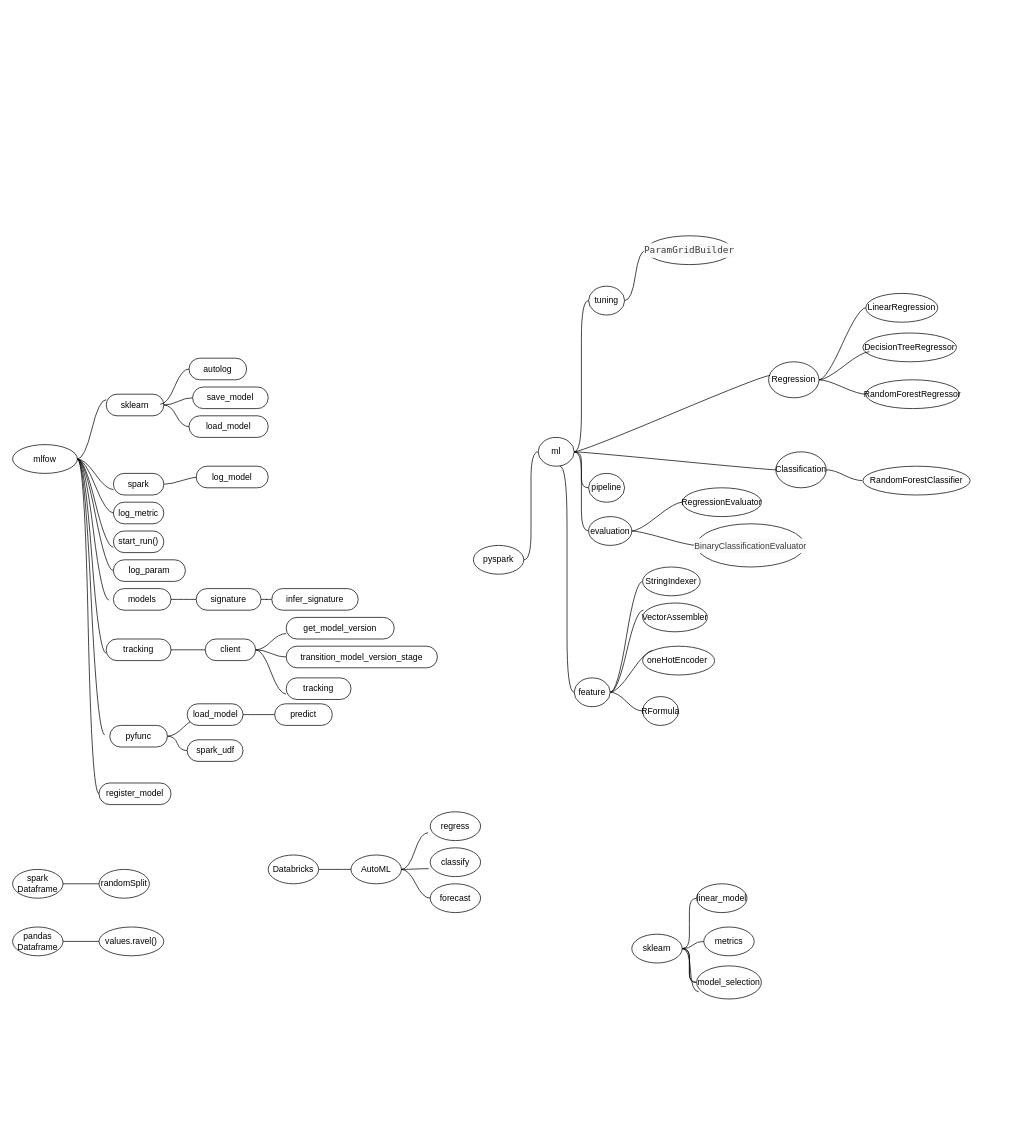
sajinvk/DBRICKS-MLOPS-Associate keeps this draw.io diagram as Libraries.drawio. Above is the earlier version. Source tidied: cells renumbered, new cells numbered last; positions are measured from the earlier drawing's top-left corner, leaving out a move shared by most shapes. Both pictures are drawn from the tidied source at 72%, with x=0, y=0 at pixel (12, 235).
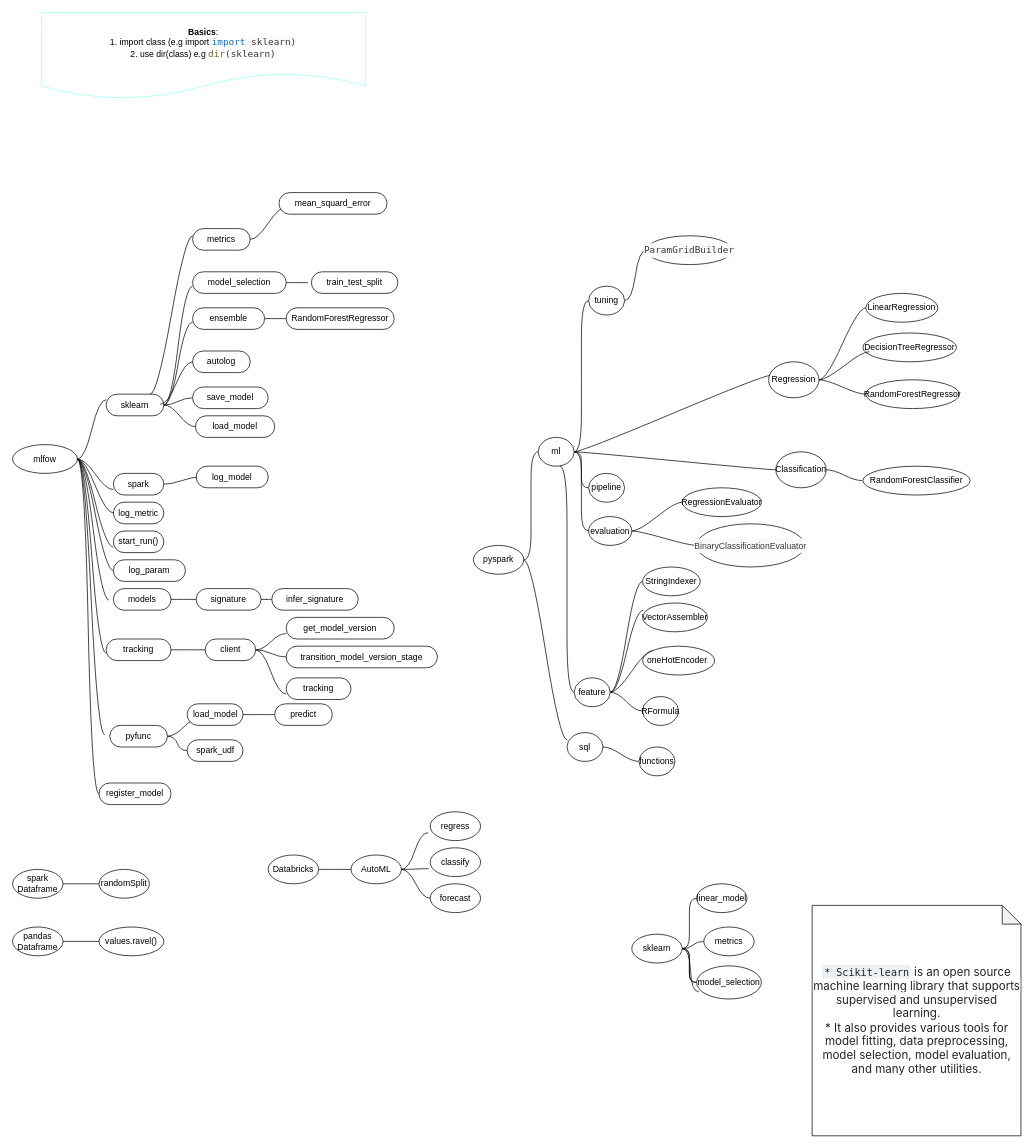
The same page after the edit.

Unchanged cells that the change refers to:
```xml
<mxCell id="11" value="sklearn" style="whiteSpace=wrap;html=1;rounded=1;arcSize=50;align=center;verticalAlign=middle;strokeWidth=1;spacing=4;newEdgeStyle={&quot;edgeStyle&quot;:&quot;entityRelationEdgeStyle&quot;,&quot;startArrow&quot;:&quot;none&quot;,&quot;endArrow&quot;:&quot;none&quot;,&quot;segment&quot;:10,&quot;curved&quot;:1,&quot;sourcePerimeterSpacing&quot;:0,&quot;targetPerimeterSpacing&quot;:0};" parent="1" vertex="1" collapsed="1">
  <mxGeometry x="130" y="220" width="80" height="30" as="geometry" />
</mxCell>
<mxCell id="48" value="pyspark" style="ellipse;whiteSpace=wrap;html=1;align=center;newEdgeStyle={&quot;edgeStyle&quot;:&quot;entityRelationEdgeStyle&quot;,&quot;startArrow&quot;:&quot;none&quot;,&quot;endArrow&quot;:&quot;none&quot;,&quot;segment&quot;:10,&quot;curved&quot;:1,&quot;sourcePerimeterSpacing&quot;:0,&quot;targetPerimeterSpacing&quot;:0};" parent="1" vertex="1">
  <mxGeometry x="640" y="430" width="70" height="40" as="geometry" />
</mxCell>
```

The edit, as a diff of the source:
```diff
@@
+    <mxCell id="108" style="edgeStyle=entityRelationEdgeStyle;rounded=0;jettySize=auto;html=1;startArrow=none;endArrow=none;segment=10;curved=1;sourcePerimeterSpacing=0;targetPerimeterSpacing=0;" parent="1" edge="1" source="11">
+      <mxGeometry relative="1" as="geometry">
+        <mxPoint x="250" y="120" as="targetPoint" />
+      </mxGeometry>
+    </mxCell>
+    <mxCell id="109" style="edgeStyle=entityRelationEdgeStyle;rounded=0;jettySize=auto;html=1;startArrow=none;endArrow=none;segment=10;curved=1;sourcePerimeterSpacing=0;targetPerimeterSpacing=0;" parent="1" edge="1" source="11">
+      <mxGeometry relative="1" as="geometry">
+        <mxPoint x="250" y="70" as="targetPoint" />
+      </mxGeometry>
+    </mxCell>
+    <mxCell id="110" style="edgeStyle=entityRelationEdgeStyle;rounded=0;orthogonalLoop=1;jettySize=auto;html=1;startArrow=none;endArrow=none;segment=10;curved=1;sourcePerimeterSpacing=0;targetPerimeterSpacing=0;entryX=0;entryY=0.5;entryDx=0;entryDy=0;" parent="1" edge="1">
+      <mxGeometry relative="1" as="geometry">
+        <mxPoint x="191" y="220" as="sourcePoint" />
+        <mxPoint x="250" as="targetPoint" />
+      </mxGeometry>
+    </mxCell>
@@
     <mxCell id="17" value="autolog" style="whiteSpace=wrap;html=1;rounded=1;arcSize=50;align=center;verticalAlign=middle;strokeWidth=1;spacing=4;newEdgeStyle={&quot;edgeStyle&quot;:&quot;entityRelationEdgeStyle&quot;,&quot;startArrow&quot;:&quot;none&quot;,&quot;endArrow&quot;:&quot;none&quot;,&quot;segment&quot;:10,&quot;curved&quot;:1,&quot;sourcePerimeterSpacing&quot;:0,&quot;targetPerimeterSpacing&quot;:0};" parent="1" vertex="1">
-      <mxGeometry x="245" y="170" width="80" height="30" as="geometry" />
+      <mxGeometry x="250" y="160" width="80" height="30" as="geometry" />
     </mxCell>
@@
     <mxCell id="20" value="load_model" style="whiteSpace=wrap;html=1;rounded=1;arcSize=50;align=center;verticalAlign=middle;strokeWidth=1;spacing=4;newEdgeStyle={&quot;edgeStyle&quot;:&quot;entityRelationEdgeStyle&quot;,&quot;startArrow&quot;:&quot;none&quot;,&quot;endArrow&quot;:&quot;none&quot;,&quot;segment&quot;:10,&quot;curved&quot;:1,&quot;sourcePerimeterSpacing&quot;:0,&quot;targetPerimeterSpacing&quot;:0};" parent="1" vertex="1">
-      <mxGeometry x="245" y="250" width="110" height="30" as="geometry" />
+      <mxGeometry x="254" y="250" width="110" height="30" as="geometry" />
     </mxCell>
@@
+    <mxCell id="111" style="edgeStyle=entityRelationEdgeStyle;rounded=0;jettySize=auto;html=1;startArrow=none;endArrow=none;segment=10;curved=1;sourcePerimeterSpacing=0;targetPerimeterSpacing=0;" parent="1" edge="1" source="48">
+      <mxGeometry relative="1" as="geometry">
+        <mxPoint x="770" y="700" as="targetPoint" />
+      </mxGeometry>
+    </mxCell>
@@
+    <mxCell id="112" style="edgeStyle=entityRelationEdgeStyle;rounded=0;jettySize=auto;html=1;startArrow=none;endArrow=none;segment=10;curved=1;sourcePerimeterSpacing=0;targetPerimeterSpacing=0;" parent="1" edge="1" source="113">
+      <mxGeometry relative="1" as="geometry">
+        <mxPoint x="380" y="115" as="targetPoint" />
+      </mxGeometry>
+    </mxCell>
+    <mxCell id="113" value="ensemble" style="whiteSpace=wrap;html=1;rounded=1;arcSize=50;align=center;verticalAlign=middle;strokeWidth=1;spacing=4;newEdgeStyle={&quot;edgeStyle&quot;:&quot;entityRelationEdgeStyle&quot;,&quot;startArrow&quot;:&quot;none&quot;,&quot;endArrow&quot;:&quot;none&quot;,&quot;segment&quot;:10,&quot;curved&quot;:1,&quot;sourcePerimeterSpacing&quot;:0,&quot;targetPerimeterSpacing&quot;:0};" parent="1" vertex="1">
+      <mxGeometry x="250" y="100" width="100" height="30" as="geometry" />
+    </mxCell>
+    <mxCell id="114" style="edgeStyle=entityRelationEdgeStyle;rounded=0;jettySize=auto;html=1;startArrow=none;endArrow=none;segment=10;curved=1;sourcePerimeterSpacing=0;targetPerimeterSpacing=0;" parent="1" edge="1" source="115">
+      <mxGeometry relative="1" as="geometry">
+        <mxPoint x="410" y="65" as="targetPoint" />
+      </mxGeometry>
+    </mxCell>
+    <mxCell id="115" value="model_selection" style="whiteSpace=wrap;html=1;rounded=1;arcSize=50;align=center;verticalAlign=middle;strokeWidth=1;spacing=4;newEdgeStyle={&quot;edgeStyle&quot;:&quot;entityRelationEdgeStyle&quot;,&quot;startArrow&quot;:&quot;none&quot;,&quot;endArrow&quot;:&quot;none&quot;,&quot;segment&quot;:10,&quot;curved&quot;:1,&quot;sourcePerimeterSpacing&quot;:0,&quot;targetPerimeterSpacing&quot;:0};" parent="1" vertex="1">
+      <mxGeometry x="250" y="50" width="130" height="30" as="geometry" />
+    </mxCell>
+    <mxCell id="116" style="edgeStyle=entityRelationEdgeStyle;rounded=0;jettySize=auto;html=1;startArrow=none;endArrow=none;segment=10;curved=1;sourcePerimeterSpacing=0;targetPerimeterSpacing=0;" parent="1" edge="1" source="117">
+      <mxGeometry relative="1" as="geometry">
+        <mxPoint x="380" y="-40" as="targetPoint" />
+      </mxGeometry>
+    </mxCell>
+    <mxCell id="117" value="metrics" style="whiteSpace=wrap;html=1;rounded=1;arcSize=50;align=center;verticalAlign=middle;strokeWidth=1;spacing=4;newEdgeStyle={&quot;edgeStyle&quot;:&quot;entityRelationEdgeStyle&quot;,&quot;startArrow&quot;:&quot;none&quot;,&quot;endArrow&quot;:&quot;none&quot;,&quot;segment&quot;:10,&quot;curved&quot;:1,&quot;sourcePerimeterSpacing&quot;:0,&quot;targetPerimeterSpacing&quot;:0};" parent="1" vertex="1">
+      <mxGeometry x="250" y="-10" width="80" height="30" as="geometry" />
+    </mxCell>
+    <mxCell id="118" value="RandomForestRegressor" style="whiteSpace=wrap;html=1;rounded=1;arcSize=50;align=center;verticalAlign=middle;strokeWidth=1;spacing=4;newEdgeStyle={&quot;edgeStyle&quot;:&quot;entityRelationEdgeStyle&quot;,&quot;startArrow&quot;:&quot;none&quot;,&quot;endArrow&quot;:&quot;none&quot;,&quot;segment&quot;:10,&quot;curved&quot;:1,&quot;sourcePerimeterSpacing&quot;:0,&quot;targetPerimeterSpacing&quot;:0};" parent="1" vertex="1">
+      <mxGeometry x="380" y="100" width="150" height="30" as="geometry" />
+    </mxCell>
+    <mxCell id="119" value="mean_squard_error" style="whiteSpace=wrap;html=1;rounded=1;arcSize=50;align=center;verticalAlign=middle;strokeWidth=1;spacing=4;newEdgeStyle={&quot;edgeStyle&quot;:&quot;entityRelationEdgeStyle&quot;,&quot;startArrow&quot;:&quot;none&quot;,&quot;endArrow&quot;:&quot;none&quot;,&quot;segment&quot;:10,&quot;curved&quot;:1,&quot;sourcePerimeterSpacing&quot;:0,&quot;targetPerimeterSpacing&quot;:0};" parent="1" vertex="1">
+      <mxGeometry x="370" y="-60" width="150" height="30" as="geometry" />
+    </mxCell>
+    <mxCell id="120" value="train_test_split" style="whiteSpace=wrap;html=1;rounded=1;arcSize=50;align=center;verticalAlign=middle;strokeWidth=1;spacing=4;newEdgeStyle={&quot;edgeStyle&quot;:&quot;entityRelationEdgeStyle&quot;,&quot;startArrow&quot;:&quot;none&quot;,&quot;endArrow&quot;:&quot;none&quot;,&quot;segment&quot;:10,&quot;curved&quot;:1,&quot;sourcePerimeterSpacing&quot;:0,&quot;targetPerimeterSpacing&quot;:0};" parent="1" vertex="1">
+      <mxGeometry x="415" y="50" width="120" height="30" as="geometry" />
+    </mxCell>
+    <mxCell id="121" style="edgeStyle=entityRelationEdgeStyle;rounded=0;jettySize=auto;html=1;startArrow=none;endArrow=none;segment=10;curved=1;sourcePerimeterSpacing=0;targetPerimeterSpacing=0;" parent="1" edge="1" source="122">
+      <mxGeometry relative="1" as="geometry">
+        <mxPoint x="870" y="730" as="targetPoint" />
+      </mxGeometry>
+    </mxCell>
+    <mxCell id="122" value="sql" style="ellipse;whiteSpace=wrap;html=1;align=center;newEdgeStyle={&quot;edgeStyle&quot;:&quot;entityRelationEdgeStyle&quot;,&quot;startArrow&quot;:&quot;none&quot;,&quot;endArrow&quot;:&quot;none&quot;,&quot;segment&quot;:10,&quot;curved&quot;:1,&quot;sourcePerimeterSpacing&quot;:0,&quot;targetPerimeterSpacing&quot;:0};" parent="1" vertex="1" collapsed="1">
+      <mxGeometry x="770" y="690" width="50" height="40" as="geometry" />
+    </mxCell>
+    <mxCell id="123" value="functions" style="ellipse;whiteSpace=wrap;html=1;align=center;newEdgeStyle={&quot;edgeStyle&quot;:&quot;entityRelationEdgeStyle&quot;,&quot;startArrow&quot;:&quot;none&quot;,&quot;endArrow&quot;:&quot;none&quot;,&quot;segment&quot;:10,&quot;curved&quot;:1,&quot;sourcePerimeterSpacing&quot;:0,&quot;targetPerimeterSpacing&quot;:0};" parent="1" vertex="1" collapsed="1">
+      <mxGeometry x="870" y="710" width="50" height="40" as="geometry" />
+    </mxCell>
+    <mxCell id="124" value="&lt;b&gt;Basics&lt;/b&gt;:&lt;div&gt;1. import class (e.g import&amp;nbsp;&lt;span style=&quot;font-family: Menlo, Monaco, Consolas, &amp;quot;Ubuntu Mono&amp;quot;, &amp;quot;Source Code Pro&amp;quot;, monospace, Consolas, &amp;quot;Courier New&amp;quot;, monospace; font-size: 13px; white-space: pre; color: rgb(10, 111, 191);&quot;&gt;import&lt;/span&gt;&lt;span style=&quot;background-color: rgb(250, 250, 250); color: rgb(59, 59, 59); font-family: Menlo, Monaco, Consolas, &amp;quot;Ubuntu Mono&amp;quot;, &amp;quot;Source Code Pro&amp;quot;, monospace, Consolas, &amp;quot;Courier New&amp;quot;, monospace; font-size: 13px; white-space: pre;&quot;&gt; sklearn)&lt;/span&gt;&lt;div&gt;2. use dir(class) e.g&amp;nbsp;&lt;span style=&quot;font-family: Menlo, Monaco, Consolas, &amp;quot;Ubuntu Mono&amp;quot;, &amp;quot;Source Code Pro&amp;quot;, monospace, Consolas, &amp;quot;Courier New&amp;quot;, monospace; font-size: 13px; white-space: pre; color: rgb(121, 94, 38);&quot;&gt;dir&lt;/span&gt;&lt;span style=&quot;background-color: rgb(250, 250, 250); color: rgb(59, 59, 59); font-family: Menlo, Monaco, Consolas, &amp;quot;Ubuntu Mono&amp;quot;, &amp;quot;Source Code Pro&amp;quot;, monospace, Consolas, &amp;quot;Courier New&amp;quot;, monospace; font-size: 13px; white-space: pre;&quot;&gt;(sklearn)&lt;/span&gt;&lt;/div&gt;&lt;/div&gt;" style="shape=document;whiteSpace=wrap;html=1;boundedLbl=1;shadow=0;strokeColor=#99FFFF;" parent="1" vertex="1">
+      <mxGeometry x="40" y="-310" width="450" height="120" as="geometry" />
+    </mxCell>
+    <mxCell id="125" value="&lt;code style=&quot;box-sizing: border-box; font-family: SFMono-Regular, Menlo, Monaco, Consolas, &amp;quot;Liberation Mono&amp;quot;, &amp;quot;Courier New&amp;quot;, monospace; font-size: 14px; color: rgb(34, 34, 34); word-break: normal; background-color: rgb(236, 240, 243); border-radius: 0.2rem; padding: 0.15rem; text-align: left;&quot; class=&quot;docutils literal notranslate&quot;&gt;&lt;span style=&quot;box-sizing: border-box;&quot; class=&quot;pre&quot;&gt;* Scikit-learn&lt;/span&gt;&lt;/code&gt;&lt;span style=&quot;color: rgb(33, 37, 41); font-family: -apple-system, BlinkMacSystemFont, &amp;quot;Segoe UI&amp;quot;, Roboto, &amp;quot;Helvetica Neue&amp;quot;, Arial, &amp;quot;Noto Sans&amp;quot;, sans-serif, &amp;quot;Apple Color Emoji&amp;quot;, &amp;quot;Segoe UI Emoji&amp;quot;, &amp;quot;Segoe UI Symbol&amp;quot;, &amp;quot;Noto Color Emoji&amp;quot;; font-size: 16px; text-align: left; background-color: rgb(255, 255, 255);&quot;&gt;&amp;nbsp;is an open source machine learning library that supports supervised and unsupervised learning.&lt;/span&gt;&lt;div&gt;&lt;span style=&quot;color: rgb(33, 37, 41); font-family: -apple-system, BlinkMacSystemFont, &amp;quot;Segoe UI&amp;quot;, Roboto, &amp;quot;Helvetica Neue&amp;quot;, Arial, &amp;quot;Noto Sans&amp;quot;, sans-serif, &amp;quot;Apple Color Emoji&amp;quot;, &amp;quot;Segoe UI Emoji&amp;quot;, &amp;quot;Segoe UI Symbol&amp;quot;, &amp;quot;Noto Color Emoji&amp;quot;; font-size: 16px; text-align: left; background-color: rgb(255, 255, 255);&quot;&gt;* It also provides various tools for model fitting, data preprocessing, model selection, model evaluation, and many other utilities.&lt;/span&gt;&lt;/div&gt;" style="shape=note;whiteSpace=wrap;html=1;backgroundOutline=1;darkOpacity=0.05;size=26;" parent="1" vertex="1">
+      <mxGeometry x="1110.5" y="930" width="290" height="320" as="geometry" />
+    </mxCell>
```
